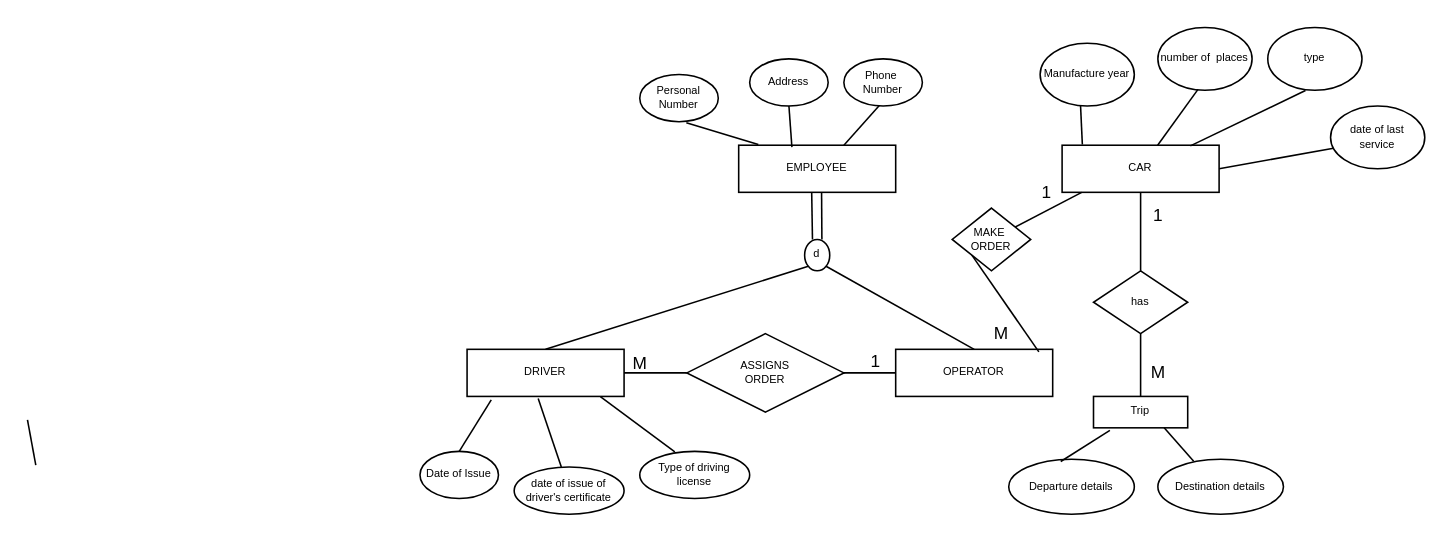
Above: page "Q1-CHEN" (4 of 9) of DBDESIGN-ASS1.drawio in nurezzajeslin/week3 (draw.io), before the change. Source tidied: cells renumbered, new cells numbered last; positions are measured from the earlier drawing's top-left corner, leaving out a move shared by most shapes. Both pictures are drawn from the tidied source at 157%, with x=0, y=0 at pixel (27, 27).
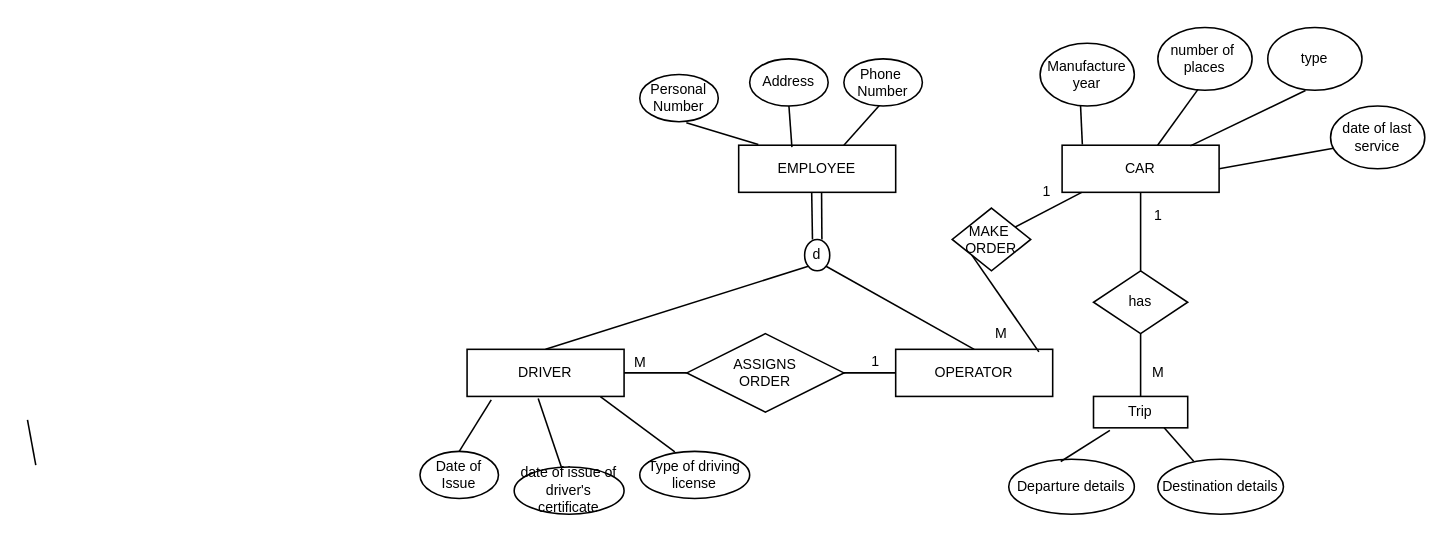
The same page after the edit.

Change to the diagram source:
```diff
@@
-    <mxCell id="2" value="EMPLOYEE" style="whiteSpace=wrap;html=1;align=center;fontSize=7;strokeWidth=1;" parent="1" vertex="1">
+    <mxCell id="2" value="EMPLOYEE" style="whiteSpace=wrap;html=1;align=center;fontSize=9;strokeWidth=1;" parent="1" vertex="1">
       <mxGeometry x="453" y="75" width="100" height="30" as="geometry" />
     </mxCell>
-    <mxCell id="3" value="DRIVER" style="whiteSpace=wrap;html=1;align=center;fontSize=7;strokeWidth=1;" parent="1" vertex="1">
+    <mxCell id="3" value="DRIVER" style="whiteSpace=wrap;html=1;align=center;fontSize=9;strokeWidth=1;" parent="1" vertex="1">
       <mxGeometry x="280" y="205" width="100" height="30" as="geometry" />
     </mxCell>
-    <mxCell id="4" value="OPERATOR" style="whiteSpace=wrap;html=1;align=center;fontSize=7;strokeWidth=1;" parent="1" vertex="1">
+    <mxCell id="4" value="OPERATOR" style="whiteSpace=wrap;html=1;align=center;fontSize=9;strokeWidth=1;" parent="1" vertex="1">
       <mxGeometry x="553" y="205" width="100" height="30" as="geometry" />
     </mxCell>
-    <mxCell id="5" style="endArrow=none;html=1;rounded=0;fontSize=7;" parent="1" edge="1">
+    <mxCell id="5" style="endArrow=none;html=1;rounded=0;fontSize=9;" parent="1" edge="1">
       <mxGeometry relative="1" as="geometry">
         <mxPoint x="499.5" y="105" as="sourcePoint" />
         <mxPoint x="500" y="135" as="targetPoint" />
       </mxGeometry>
     </mxCell>
-    <mxCell id="6" style="endArrow=none;html=1;rounded=0;fontSize=7;" parent="1" edge="1">
+    <mxCell id="6" style="endArrow=none;html=1;rounded=0;fontSize=9;" parent="1" edge="1">
       <mxGeometry relative="1" as="geometry">
         <mxPoint x="505.8" y="105" as="sourcePoint" />
         <mxPoint x="506" y="135" as="targetPoint" />
         <Array as="points">
           <mxPoint x="506.2" y="105" />
         </Array>
       </mxGeometry>
     </mxCell>
-    <mxCell id="7" value="d" style="ellipse;whiteSpace=wrap;html=1;align=center;fontSize=7;strokeWidth=1;" parent="1" vertex="1">
+    <mxCell id="7" value="d" style="ellipse;whiteSpace=wrap;html=1;align=center;fontSize=9;strokeWidth=1;" parent="1" vertex="1">
       <mxGeometry x="495" y="135" width="16" height="20" as="geometry" />
     </mxCell>
-    <mxCell id="8" style="endArrow=none;html=1;rounded=0;fontSize=7;entryX=0;entryY=1;entryDx=0;entryDy=0;exitX=0.5;exitY=0;exitDx=0;exitDy=0;" parent="1" edge="1" source="3" target="7">
+    <mxCell id="8" style="endArrow=none;html=1;rounded=0;fontSize=9;entryX=0;entryY=1;entryDx=0;entryDy=0;exitX=0.5;exitY=0;exitDx=0;exitDy=0;" parent="1" edge="1" source="3" target="7">
       <mxGeometry relative="1" as="geometry" />
     </mxCell>
-    <mxCell id="9" style="endArrow=none;html=1;rounded=0;fontSize=7;entryX=1;entryY=1;entryDx=0;entryDy=0;exitX=0.5;exitY=0;exitDx=0;exitDy=0;" parent="1" edge="1" source="4" target="7">
+    <mxCell id="9" style="endArrow=none;html=1;rounded=0;fontSize=9;entryX=1;entryY=1;entryDx=0;entryDy=0;exitX=0.5;exitY=0;exitDx=0;exitDy=0;" parent="1" edge="1" source="4" target="7">
       <mxGeometry relative="1" as="geometry" />
     </mxCell>
-    <mxCell id="10" value="CAR" style="whiteSpace=wrap;html=1;align=center;fontSize=7;strokeWidth=1;" parent="1" vertex="1">
+    <mxCell id="10" value="CAR" style="whiteSpace=wrap;html=1;align=center;fontSize=9;strokeWidth=1;" parent="1" vertex="1">
       <mxGeometry x="659" y="75" width="100" height="30" as="geometry" />
     </mxCell>
-    <mxCell id="11" value="Manufacture year" style="ellipse;whiteSpace=wrap;html=1;align=center;fontSize=7;strokeWidth=1;" parent="1" vertex="1">
+    <mxCell id="11" value="Manufacture year" style="ellipse;whiteSpace=wrap;html=1;align=center;fontSize=9;strokeWidth=1;" parent="1" vertex="1">
       <mxGeometry x="645" y="10" width="60" height="40" as="geometry" />
     </mxCell>
-    <mxCell id="12" value="number of&amp;nbsp; places" style="ellipse;whiteSpace=wrap;html=1;align=center;fontSize=7;strokeWidth=1;" parent="1" vertex="1">
+    <mxCell id="12" value="number of&amp;nbsp; places" style="ellipse;whiteSpace=wrap;html=1;align=center;fontSize=9;strokeWidth=1;" parent="1" vertex="1">
       <mxGeometry x="720" width="60" height="40" as="geometry" />
     </mxCell>
-    <mxCell id="13" style="endArrow=none;html=1;rounded=0;fontSize=7;entryX=0.125;entryY=-0.013;entryDx=0;entryDy=0;entryPerimeter=0;exitX=0.593;exitY=1.022;exitDx=0;exitDy=0;exitPerimeter=0;" parent="1" edge="1" source="14" target="2">
+    <mxCell id="13" style="endArrow=none;html=1;rounded=0;fontSize=9;entryX=0.125;entryY=-0.013;entryDx=0;entryDy=0;entryPerimeter=0;exitX=0.593;exitY=1.022;exitDx=0;exitDy=0;exitPerimeter=0;" parent="1" edge="1" source="14" target="2">
       <mxGeometry relative="1" as="geometry" />
     </mxCell>
-    <mxCell id="14" value="&lt;font style=&quot;font-size: 7px;&quot;&gt;Personal&lt;br style=&quot;font-size: 7px;&quot;&gt;Number&lt;/font&gt;" style="ellipse;whiteSpace=wrap;html=1;align=center;fontSize=7;strokeWidth=1;" parent="1" vertex="1">
+    <mxCell id="14" value="&lt;font style=&quot;font-size: 9px;&quot;&gt;Personal&lt;br style=&quot;font-size: 9px;&quot;&gt;Number&lt;/font&gt;" style="ellipse;whiteSpace=wrap;html=1;align=center;fontSize=9;strokeWidth=1;" parent="1" vertex="1">
       <mxGeometry x="390" y="30" width="50" height="30" as="geometry" />
     </mxCell>
-    <mxCell id="15" style="endArrow=none;html=1;rounded=0;fontSize=7;exitX=0.339;exitY=0.04;exitDx=0;exitDy=0;exitPerimeter=0;entryX=0.5;entryY=1;entryDx=0;entryDy=0;" parent="1" edge="1" source="2" target="16">
+    <mxCell id="15" style="endArrow=none;html=1;rounded=0;fontSize=9;exitX=0.339;exitY=0.04;exitDx=0;exitDy=0;exitPerimeter=0;entryX=0.5;entryY=1;entryDx=0;entryDy=0;" parent="1" edge="1" source="2" target="16">
       <mxGeometry relative="1" as="geometry" />
     </mxCell>
-    <mxCell id="16" value="&lt;font style=&quot;font-size: 7px;&quot;&gt;Address&lt;/font&gt;" style="ellipse;whiteSpace=wrap;html=1;align=center;fontSize=7;strokeWidth=1;" parent="1" vertex="1">
+    <mxCell id="16" value="&lt;font style=&quot;font-size: 9px;&quot;&gt;Address&lt;/font&gt;" style="ellipse;whiteSpace=wrap;html=1;align=center;fontSize=9;strokeWidth=1;" parent="1" vertex="1">
       <mxGeometry x="460" y="20" width="50" height="30" as="geometry" />
     </mxCell>
-    <mxCell id="17" style="endArrow=none;html=1;rounded=0;fontSize=7;exitX=0.339;exitY=0.04;exitDx=0;exitDy=0;exitPerimeter=0;entryX=0.463;entryY=0.97;entryDx=0;entryDy=0;entryPerimeter=0;" parent="1" edge="1" target="18">
+    <mxCell id="17" style="endArrow=none;html=1;rounded=0;fontSize=9;exitX=0.339;exitY=0.04;exitDx=0;exitDy=0;exitPerimeter=0;entryX=0.463;entryY=0.97;entryDx=0;entryDy=0;entryPerimeter=0;" parent="1" edge="1" target="18">
       <mxGeometry relative="1" as="geometry">
         <mxPoint x="520" y="75" as="sourcePoint" />
       </mxGeometry>
     </mxCell>
-    <mxCell id="18" value="&lt;font style=&quot;font-size: 7px;&quot;&gt;Phone&amp;nbsp;&lt;br style=&quot;font-size: 7px;&quot;&gt;Number&lt;br style=&quot;font-size: 7px;&quot;&gt;&lt;/font&gt;" style="ellipse;whiteSpace=wrap;html=1;align=center;fontSize=7;strokeWidth=1;" parent="1" vertex="1">
+    <mxCell id="18" value="&lt;font style=&quot;font-size: 9px;&quot;&gt;Phone&amp;nbsp;&lt;br style=&quot;font-size: 9px;&quot;&gt;Number&lt;br style=&quot;font-size: 9px;&quot;&gt;&lt;/font&gt;" style="ellipse;whiteSpace=wrap;html=1;align=center;fontSize=9;strokeWidth=1;" parent="1" vertex="1">
       <mxGeometry x="520" y="20" width="50" height="30" as="geometry" />
     </mxCell>
-    <mxCell id="19" style="edgeStyle=orthogonalEdgeStyle;rounded=0;jettySize=auto;html=1;fontSize=7;startArrow=none;startFill=0;endArrow=none;endFill=0;" parent="1" edge="1" source="21" target="3">
+    <mxCell id="19" style="edgeStyle=orthogonalEdgeStyle;rounded=0;jettySize=auto;html=1;fontSize=9;startArrow=none;startFill=0;endArrow=none;endFill=0;" parent="1" edge="1" source="21" target="3">
       <mxGeometry relative="1" as="geometry" />
     </mxCell>
-    <mxCell id="20" style="edgeStyle=orthogonalEdgeStyle;rounded=0;jettySize=auto;html=1;fontSize=7;startArrow=none;startFill=0;endArrow=none;endFill=0;" parent="1" edge="1" source="21" target="4">
+    <mxCell id="20" style="edgeStyle=orthogonalEdgeStyle;rounded=0;jettySize=auto;html=1;fontSize=9;startArrow=none;startFill=0;endArrow=none;endFill=0;" parent="1" edge="1" source="21" target="4">
       <mxGeometry relative="1" as="geometry" />
     </mxCell>
-    <mxCell id="21" value="ASSIGNS&lt;br style=&quot;font-size: 7px;&quot;&gt;ORDER" style="shape=rhombus;perimeter=rhombusPerimeter;whiteSpace=wrap;html=1;align=center;fontSize=7;strokeWidth=1;" parent="1" vertex="1">
+    <mxCell id="21" value="ASSIGNS&lt;br style=&quot;font-size: 9px;&quot;&gt;ORDER" style="shape=rhombus;perimeter=rhombusPerimeter;whiteSpace=wrap;html=1;align=center;fontSize=9;strokeWidth=1;" parent="1" vertex="1">
       <mxGeometry x="420" y="195" width="100" height="50" as="geometry" />
     </mxCell>
-    <mxCell id="22" style="endArrow=none;html=1;rounded=0;fontSize=7;entryX=0.154;entryY=1.074;entryDx=0;entryDy=0;entryPerimeter=0;exitX=0.5;exitY=0;exitDx=0;exitDy=0;" parent="1" edge="1" source="23" target="3">
+    <mxCell id="22" style="endArrow=none;html=1;rounded=0;fontSize=9;entryX=0.154;entryY=1.074;entryDx=0;entryDy=0;entryPerimeter=0;exitX=0.5;exitY=0;exitDx=0;exitDy=0;" parent="1" edge="1" source="23" target="3">
       <mxGeometry relative="1" as="geometry" />
     </mxCell>
-    <mxCell id="23" value="&lt;font style=&quot;font-size: 7px;&quot;&gt;Date of Issue&lt;/font&gt;" style="ellipse;whiteSpace=wrap;html=1;align=center;fontSize=7;strokeWidth=1;" parent="1" vertex="1">
+    <mxCell id="23" value="&lt;font style=&quot;font-size: 9px;&quot;&gt;Date of Issue&lt;/font&gt;" style="ellipse;whiteSpace=wrap;html=1;align=center;fontSize=9;strokeWidth=1;" parent="1" vertex="1">
       <mxGeometry x="250" y="270" width="50" height="30" as="geometry" />
     </mxCell>
-    <mxCell id="24" style="endArrow=none;html=1;rounded=0;fontSize=7;entryX=0.849;entryY=1.002;entryDx=0;entryDy=0;entryPerimeter=0;exitX=0.319;exitY=0.009;exitDx=0;exitDy=0;exitPerimeter=0;" parent="1" edge="1" source="25" target="3">
+    <mxCell id="24" style="endArrow=none;html=1;rounded=0;fontSize=9;entryX=0.849;entryY=1.002;entryDx=0;entryDy=0;entryPerimeter=0;exitX=0.319;exitY=0.009;exitDx=0;exitDy=0;exitPerimeter=0;" parent="1" edge="1" source="25" target="3">
       <mxGeometry relative="1" as="geometry" />
     </mxCell>
-    <mxCell id="25" value="&lt;font style=&quot;font-size: 7px;&quot;&gt;Type of driving license&lt;/font&gt;" style="ellipse;whiteSpace=wrap;html=1;align=center;fontSize=7;strokeWidth=1;" parent="1" vertex="1">
+    <mxCell id="25" value="&lt;font style=&quot;font-size: 9px;&quot;&gt;Type of driving license&lt;/font&gt;" style="ellipse;whiteSpace=wrap;html=1;align=center;fontSize=9;strokeWidth=1;" parent="1" vertex="1">
       <mxGeometry x="390" y="270" width="70" height="30" as="geometry" />
     </mxCell>
-    <mxCell id="26" style="endArrow=none;html=1;rounded=0;fontSize=7;entryX=0.437;entryY=1.048;entryDx=0;entryDy=0;entryPerimeter=0;" parent="1" edge="1">
+    <mxCell id="26" style="endArrow=none;html=1;rounded=0;fontSize=9;entryX=0.437;entryY=1.048;entryDx=0;entryDy=0;entryPerimeter=0;" parent="1" edge="1">
       <mxGeometry relative="1" as="geometry">
         <mxPoint x="5.3" y="278.7" as="sourcePoint" />
         <mxPoint y="250" as="targetPoint" />
       </mxGeometry>
     </mxCell>
-    <mxCell id="27" style="endArrow=none;html=1;rounded=0;fontSize=7;entryX=0.453;entryY=1.044;entryDx=0;entryDy=0;entryPerimeter=0;exitX=0.429;exitY=0;exitDx=0;exitDy=0;exitPerimeter=0;" parent="1" edge="1" source="28" target="3">
+    <mxCell id="27" style="endArrow=none;html=1;rounded=0;fontSize=9;entryX=0.453;entryY=1.044;entryDx=0;entryDy=0;entryPerimeter=0;exitX=0.429;exitY=0;exitDx=0;exitDy=0;exitPerimeter=0;" parent="1" edge="1" source="28" target="3">
       <mxGeometry relative="1" as="geometry" />
     </mxCell>
-    <mxCell id="28" value="&lt;font style=&quot;font-size: 7px&quot;&gt;date of issue of driver's certificate&lt;/font&gt;" style="ellipse;whiteSpace=wrap;html=1;align=center;fontSize=7;strokeWidth=1;" parent="1" vertex="1">
+    <mxCell id="28" value="&lt;font style=&quot;font-size: 9px;&quot;&gt;date of issue of driver's certificate&lt;/font&gt;" style="ellipse;whiteSpace=wrap;html=1;align=center;fontSize=9;strokeWidth=1;" parent="1" vertex="1">
       <mxGeometry x="310" y="280" width="70" height="30" as="geometry" />
     </mxCell>
-    <mxCell id="29" style="endArrow=none;html=1;rounded=0;fontSize=7;entryX=0.129;entryY=-0.015;entryDx=0;entryDy=0;entryPerimeter=0;exitX=0.429;exitY=0.99;exitDx=0;exitDy=0;exitPerimeter=0;" parent="1" edge="1" source="11" target="10">
+    <mxCell id="29" style="endArrow=none;html=1;rounded=0;fontSize=9;entryX=0.129;entryY=-0.015;entryDx=0;entryDy=0;entryPerimeter=0;exitX=0.429;exitY=0.99;exitDx=0;exitDy=0;exitPerimeter=0;" parent="1" edge="1" source="11" target="10">
       <mxGeometry relative="1" as="geometry" />
     </mxCell>
-    <mxCell id="30" style="endArrow=none;html=1;rounded=0;fontSize=7;entryX=0.426;entryY=0.986;entryDx=0;entryDy=0;entryPerimeter=0;" parent="1" edge="1" source="10" target="12">
+    <mxCell id="30" style="endArrow=none;html=1;rounded=0;fontSize=9;entryX=0.426;entryY=0.986;entryDx=0;entryDy=0;entryPerimeter=0;" parent="1" edge="1" source="10" target="12">
       <mxGeometry relative="1" as="geometry" />
     </mxCell>
-    <mxCell id="31" style="endArrow=none;html=1;rounded=0;fontSize=7;exitX=0.817;exitY=0.013;exitDx=0;exitDy=0;exitPerimeter=0;entryX=0.4;entryY=1.003;entryDx=0;entryDy=0;entryPerimeter=0;" parent="1" edge="1" source="10" target="32">
+    <mxCell id="31" style="endArrow=none;html=1;rounded=0;fontSize=9;exitX=0.817;exitY=0.013;exitDx=0;exitDy=0;exitPerimeter=0;entryX=0.4;entryY=1.003;entryDx=0;entryDy=0;entryPerimeter=0;" parent="1" edge="1" source="10" target="32">
       <mxGeometry relative="1" as="geometry" />
     </mxCell>
-    <mxCell id="32" value="type" style="ellipse;whiteSpace=wrap;html=1;align=center;fontSize=7;strokeWidth=1;" parent="1" vertex="1">
+    <mxCell id="32" value="type" style="ellipse;whiteSpace=wrap;html=1;align=center;fontSize=9;strokeWidth=1;" parent="1" vertex="1">
       <mxGeometry x="790" width="60" height="40" as="geometry" />
     </mxCell>
-    <mxCell id="33" style="endArrow=none;html=1;rounded=0;fontSize=7;exitX=1;exitY=0.5;exitDx=0;exitDy=0;entryX=0.031;entryY=0.674;entryDx=0;entryDy=0;entryPerimeter=0;" parent="1" edge="1" source="10" target="34">
+    <mxCell id="33" style="endArrow=none;html=1;rounded=0;fontSize=9;exitX=1;exitY=0.5;exitDx=0;exitDy=0;entryX=0.031;entryY=0.674;entryDx=0;entryDy=0;entryPerimeter=0;" parent="1" edge="1" source="10" target="34">
       <mxGeometry relative="1" as="geometry" />
     </mxCell>
-    <mxCell id="34" value="date of last service" style="ellipse;whiteSpace=wrap;html=1;align=center;fontSize=7;strokeWidth=1;" parent="1" vertex="1">
+    <mxCell id="34" value="date of last service" style="ellipse;whiteSpace=wrap;html=1;align=center;fontSize=9;strokeWidth=1;" parent="1" vertex="1">
       <mxGeometry x="830" y="50" width="60" height="40" as="geometry" />
     </mxCell>
-    <mxCell id="35" value="MAKE&amp;nbsp;&lt;br&gt;ORDER" style="shape=rhombus;perimeter=rhombusPerimeter;whiteSpace=wrap;html=1;align=center;fontSize=7;strokeWidth=1;" parent="1" vertex="1">
+    <mxCell id="35" value="MAKE&amp;nbsp;&lt;br style=&quot;font-size: 9px;&quot;&gt;ORDER" style="shape=rhombus;perimeter=rhombusPerimeter;whiteSpace=wrap;html=1;align=center;fontSize=9;strokeWidth=1;" parent="1" vertex="1">
       <mxGeometry x="589" y="115" width="50" height="40" as="geometry" />
     </mxCell>
-    <mxCell id="36" style="endArrow=none;html=1;rounded=0;fontSize=7;entryX=0;entryY=1;entryDx=0;entryDy=0;exitX=0.912;exitY=0.054;exitDx=0;exitDy=0;startArrow=none;startFill=0;exitPerimeter=0;" parent="1" edge="1" source="4" target="35">
+    <mxCell id="36" style="endArrow=none;html=1;rounded=0;fontSize=9;entryX=0;entryY=1;entryDx=0;entryDy=0;exitX=0.912;exitY=0.054;exitDx=0;exitDy=0;startArrow=none;startFill=0;exitPerimeter=0;" parent="1" edge="1" source="4" target="35">
       <mxGeometry relative="1" as="geometry" />
     </mxCell>
-    <mxCell id="37" style="edgeStyle=orthogonalEdgeStyle;rounded=0;jettySize=auto;html=1;fontSize=7;startArrow=none;startFill=0;endArrow=none;endFill=0;" parent="1" edge="1" source="38" target="10">
+    <mxCell id="37" style="edgeStyle=orthogonalEdgeStyle;rounded=0;jettySize=auto;html=1;fontSize=9;startArrow=none;startFill=0;endArrow=none;endFill=0;" parent="1" edge="1" source="38" target="10">
       <mxGeometry relative="1" as="geometry" />
     </mxCell>
-    <mxCell id="38" value="has" style="shape=rhombus;perimeter=rhombusPerimeter;whiteSpace=wrap;html=1;align=center;fontSize=7;strokeWidth=1;" parent="1" vertex="1">
+    <mxCell id="38" value="has" style="shape=rhombus;perimeter=rhombusPerimeter;whiteSpace=wrap;html=1;align=center;fontSize=9;strokeWidth=1;" parent="1" vertex="1">
       <mxGeometry x="679" y="155" width="60" height="40" as="geometry" />
     </mxCell>
-    <mxCell id="39" value="Departure details" style="ellipse;whiteSpace=wrap;html=1;fontSize=7;strokeWidth=1;" parent="1" vertex="1">
+    <mxCell id="39" value="Departure details" style="ellipse;whiteSpace=wrap;html=1;fontSize=9;strokeWidth=1;" parent="1" vertex="1">
       <mxGeometry x="625" y="275" width="80" height="35" as="geometry" />
     </mxCell>
-    <mxCell id="40" value="Destination details" style="ellipse;whiteSpace=wrap;html=1;fontSize=7;strokeWidth=1;" parent="1" vertex="1">
+    <mxCell id="40" value="Destination details" style="ellipse;whiteSpace=wrap;html=1;fontSize=9;strokeWidth=1;" parent="1" vertex="1">
       <mxGeometry x="720" y="275" width="80" height="35" as="geometry" />
     </mxCell>
-    <mxCell id="41" style="endArrow=none;html=1;rounded=0;fontSize=7;exitX=0.414;exitY=0.041;exitDx=0;exitDy=0;exitPerimeter=0;entryX=0.174;entryY=1.079;entryDx=0;entryDy=0;entryPerimeter=0;" parent="1" edge="1" source="39" target="43">
+    <mxCell id="41" style="endArrow=none;html=1;rounded=0;fontSize=9;exitX=0.414;exitY=0.041;exitDx=0;exitDy=0;exitPerimeter=0;entryX=0.174;entryY=1.079;entryDx=0;entryDy=0;entryPerimeter=0;" parent="1" edge="1" source="39" target="43">
       <mxGeometry relative="1" as="geometry" />
     </mxCell>
-    <mxCell id="42" style="edgeStyle=orthogonalEdgeStyle;rounded=0;jettySize=auto;html=1;fontSize=7;startArrow=none;startFill=0;endArrow=none;endFill=0;exitX=0.5;exitY=0;exitDx=0;exitDy=0;entryX=0.5;entryY=1;entryDx=0;entryDy=0;" parent="1" edge="1" source="43" target="38">
+    <mxCell id="42" style="edgeStyle=orthogonalEdgeStyle;rounded=0;jettySize=auto;html=1;fontSize=9;startArrow=none;startFill=0;endArrow=none;endFill=0;exitX=0.5;exitY=0;exitDx=0;exitDy=0;entryX=0.5;entryY=1;entryDx=0;entryDy=0;" parent="1" edge="1" source="43" target="38">
       <mxGeometry relative="1" as="geometry" />
     </mxCell>
-    <mxCell id="43" value="Trip" style="whiteSpace=wrap;html=1;align=center;fontSize=7;strokeWidth=1;" parent="1" vertex="1">
+    <mxCell id="43" value="Trip" style="whiteSpace=wrap;html=1;align=center;fontSize=9;strokeWidth=1;" parent="1" vertex="1">
       <mxGeometry x="679" y="235" width="60" height="20" as="geometry" />
     </mxCell>
-    <mxCell id="44" style="endArrow=none;html=1;rounded=0;fontSize=7;exitX=0.285;exitY=0.035;exitDx=0;exitDy=0;exitPerimeter=0;entryX=0.75;entryY=1;entryDx=0;entryDy=0;" parent="1" edge="1" source="40" target="43">
+    <mxCell id="44" style="endArrow=none;html=1;rounded=0;fontSize=9;exitX=0.285;exitY=0.035;exitDx=0;exitDy=0;exitPerimeter=0;entryX=0.75;entryY=1;entryDx=0;entryDy=0;" parent="1" edge="1" source="40" target="43">
       <mxGeometry relative="1" as="geometry" />
     </mxCell>
-    <mxCell id="45" value="1" style="text;html=1;align=center;verticalAlign=middle;strokeColor=none;fillColor=none;fontSize=11;" parent="1" vertex="1">
+    <mxCell id="45" value="1" style="text;html=1;align=center;verticalAlign=middle;strokeColor=none;fillColor=none;fontSize=9;" parent="1" vertex="1">
       <mxGeometry x="530" y="203" width="20" height="20" as="geometry" />
     </mxCell>
-    <mxCell id="46" value="M" style="text;html=1;align=center;verticalAlign=middle;strokeColor=none;fillColor=none;fontSize=11;" parent="1" vertex="1">
+    <mxCell id="46" value="M" style="text;html=1;align=center;verticalAlign=middle;strokeColor=none;fillColor=none;fontSize=9;" parent="1" vertex="1">
       <mxGeometry x="380" y="204" width="20" height="20" as="geometry" />
     </mxCell>
-    <mxCell id="47" style="endArrow=none;html=1;rounded=0;fontSize=11;entryX=0.125;entryY=1.001;entryDx=0;entryDy=0;entryPerimeter=0;" parent="1" edge="1" source="35" target="10">
+    <mxCell id="47" style="endArrow=none;html=1;rounded=0;fontSize=9;entryX=0.125;entryY=1.001;entryDx=0;entryDy=0;entryPerimeter=0;" parent="1" edge="1" source="35" target="10">
       <mxGeometry relative="1" as="geometry" />
     </mxCell>
-    <mxCell id="48" value="1" style="text;html=1;align=center;verticalAlign=middle;strokeColor=none;fillColor=none;fontSize=11;" parent="1" vertex="1">
+    <mxCell id="48" value="1" style="text;html=1;align=center;verticalAlign=middle;strokeColor=none;fillColor=none;fontSize=9;" parent="1" vertex="1">
       <mxGeometry x="639" y="95" width="20" height="20" as="geometry" />
     </mxCell>
-    <mxCell id="49" value="M" style="text;html=1;align=center;verticalAlign=middle;strokeColor=none;fillColor=none;fontSize=11;" parent="1" vertex="1">
+    <mxCell id="49" value="M" style="text;html=1;align=center;verticalAlign=middle;strokeColor=none;fillColor=none;fontSize=9;" parent="1" vertex="1">
       <mxGeometry x="610" y="185" width="20" height="20" as="geometry" />
     </mxCell>
-    <mxCell id="50" value="1" style="text;html=1;align=center;verticalAlign=middle;strokeColor=none;fillColor=none;fontSize=11;" parent="1" vertex="1">
+    <mxCell id="50" value="1" style="text;html=1;align=center;verticalAlign=middle;strokeColor=none;fillColor=none;fontSize=9;" parent="1" vertex="1">
       <mxGeometry x="710" y="110" width="20" height="20" as="geometry" />
     </mxCell>
-    <mxCell id="51" value="M" style="text;html=1;align=center;verticalAlign=middle;strokeColor=none;fillColor=none;fontSize=11;" parent="1" vertex="1">
+    <mxCell id="51" value="M" style="text;html=1;align=center;verticalAlign=middle;strokeColor=none;fillColor=none;fontSize=9;" parent="1" vertex="1">
       <mxGeometry x="710" y="210" width="20" height="20" as="geometry" />
     </mxCell>
```
